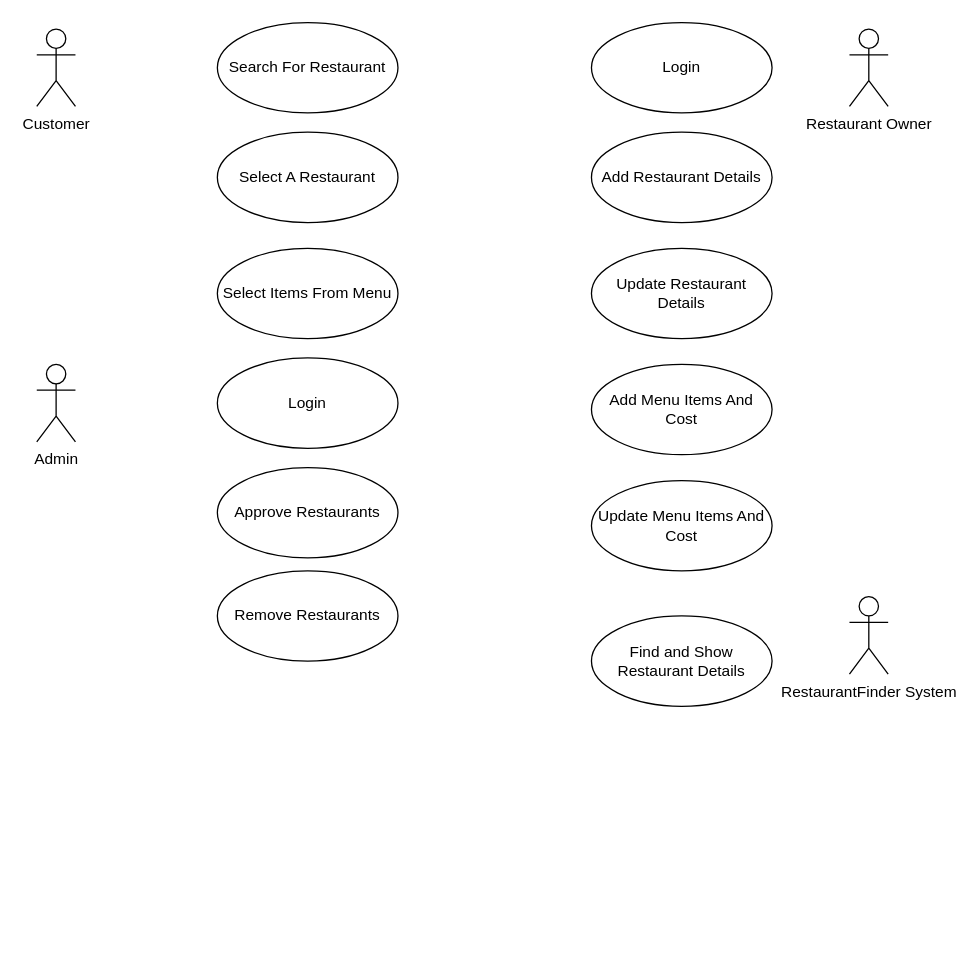
Earlier version of the draw.io diagram RestaurantFinder_UML.drawio (bijuchiriyankandath/restaurantFinder). Source tidied: cells renumbered, new cells numbered last; positions are measured from the earlier drawing's top-left corner, leaving out a move shared by most shapes. Both pictures are drawn from the tidied source at 129%, with x=0, y=0 at pixel (36, 22).
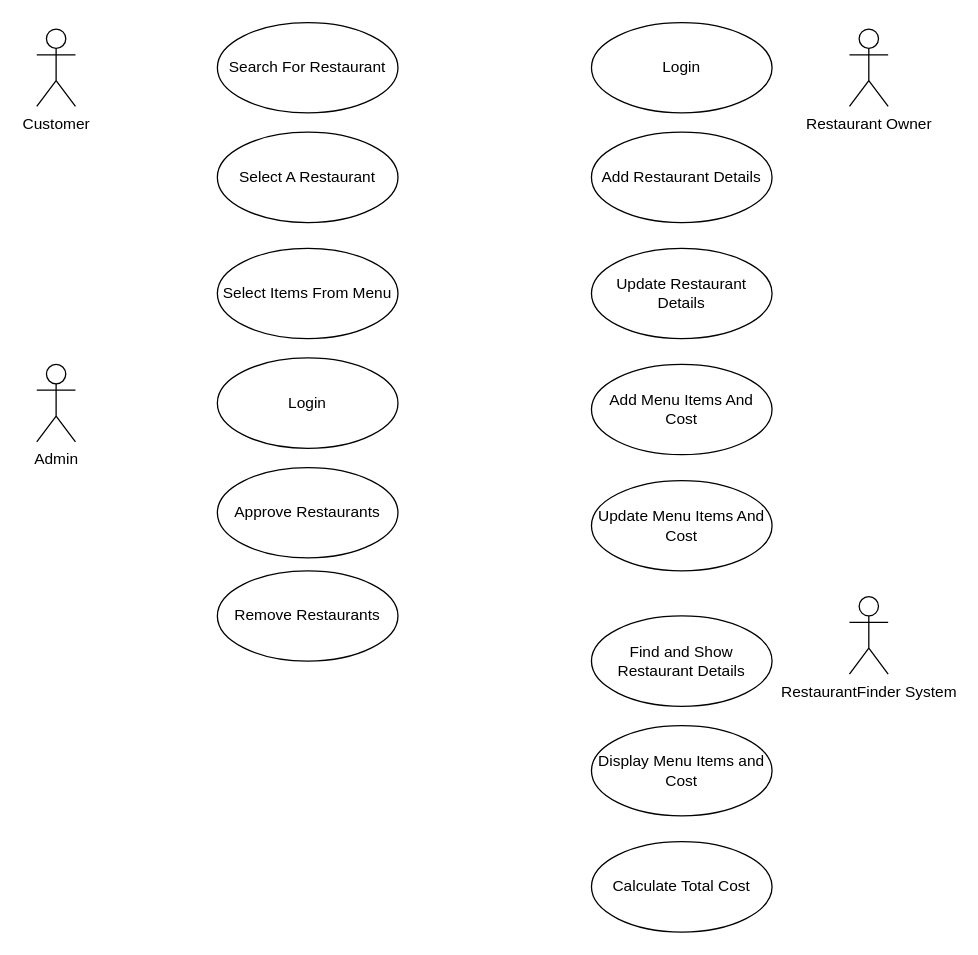
The same page after the edit.

The edit, as a diff of the source:
```diff
@@
 <mxGraphModel>
   <root>
     <mxCell id="0" />
     <mxCell id="1" parent="0" />
     <mxCell id="2" value="Customer" style="shape=umlActor;verticalLabelPosition=bottom;verticalAlign=top;html=1;" parent="1" vertex="1">
       <mxGeometry y="5" width="30" height="60" as="geometry" />
     </mxCell>
     <mxCell id="3" value="Restaurant Owner" style="shape=umlActor;verticalLabelPosition=bottom;verticalAlign=top;html=1;" parent="1" vertex="1">
       <mxGeometry x="630" y="5" width="30" height="60" as="geometry" />
     </mxCell>
     <mxCell id="4" value="Search For Restaurant" style="ellipse;whiteSpace=wrap;html=1;" parent="1" vertex="1">
       <mxGeometry x="140" width="140" height="70" as="geometry" />
     </mxCell>
     <mxCell id="5" value="Select A Restaurant" style="ellipse;whiteSpace=wrap;html=1;" parent="1" vertex="1">
       <mxGeometry x="140" y="85" width="140" height="70" as="geometry" />
     </mxCell>
     <mxCell id="6" value="Select Items From Menu" style="ellipse;whiteSpace=wrap;html=1;" parent="1" vertex="1">
       <mxGeometry x="140" y="175" width="140" height="70" as="geometry" />
     </mxCell>
     <mxCell id="7" value="Login" style="ellipse;whiteSpace=wrap;html=1;" parent="1" vertex="1">
       <mxGeometry x="430" width="140" height="70" as="geometry" />
     </mxCell>
     <mxCell id="8" value="Add Restaurant Details" style="ellipse;whiteSpace=wrap;html=1;" parent="1" vertex="1">
       <mxGeometry x="430" y="85" width="140" height="70" as="geometry" />
     </mxCell>
     <mxCell id="9" value="Update Restaurant Details" style="ellipse;whiteSpace=wrap;html=1;" parent="1" vertex="1">
       <mxGeometry x="430" y="175" width="140" height="70" as="geometry" />
     </mxCell>
     <mxCell id="10" value="Add Menu Items And Cost" style="ellipse;whiteSpace=wrap;html=1;" parent="1" vertex="1">
       <mxGeometry x="430" y="265" width="140" height="70" as="geometry" />
     </mxCell>
     <mxCell id="11" value="Update Menu Items And Cost" style="ellipse;whiteSpace=wrap;html=1;" parent="1" vertex="1">
       <mxGeometry x="430" y="355" width="140" height="70" as="geometry" />
     </mxCell>
     <mxCell id="12" value="Admin" style="shape=umlActor;verticalLabelPosition=bottom;verticalAlign=top;html=1;" parent="1" vertex="1">
       <mxGeometry y="265" width="30" height="60" as="geometry" />
     </mxCell>
     <mxCell id="13" value="Login" style="ellipse;whiteSpace=wrap;html=1;" parent="1" vertex="1">
       <mxGeometry x="140" y="260" width="140" height="70" as="geometry" />
     </mxCell>
     <mxCell id="14" value="Approve Restaurants" style="ellipse;whiteSpace=wrap;html=1;" parent="1" vertex="1">
       <mxGeometry x="140" y="345" width="140" height="70" as="geometry" />
     </mxCell>
     <mxCell id="15" value="Remove Restaurants" style="ellipse;whiteSpace=wrap;html=1;" parent="1" vertex="1">
       <mxGeometry x="140" y="425" width="140" height="70" as="geometry" />
     </mxCell>
     <mxCell id="16" value="RestaurantFinder System" style="shape=umlActor;verticalLabelPosition=bottom;verticalAlign=top;html=1;" parent="1" vertex="1">
       <mxGeometry x="630" y="445" width="30" height="60" as="geometry" />
     </mxCell>
     <mxCell id="17" value="Find and Show Restaurant Details" style="ellipse;whiteSpace=wrap;html=1;" parent="1" vertex="1">
       <mxGeometry x="430" y="460" width="140" height="70" as="geometry" />
     </mxCell>
+    <mxCell id="18" value="Display Menu Items and Cost" style="ellipse;whiteSpace=wrap;html=1;" parent="1" vertex="1">
+      <mxGeometry x="430" y="545" width="140" height="70" as="geometry" />
+    </mxCell>
+    <mxCell id="19" value="Calculate Total Cost" style="ellipse;whiteSpace=wrap;html=1;" parent="1" vertex="1">
+      <mxGeometry x="430" y="635" width="140" height="70" as="geometry" />
+    </mxCell>
   </root>
 </mxGraphModel>
```
